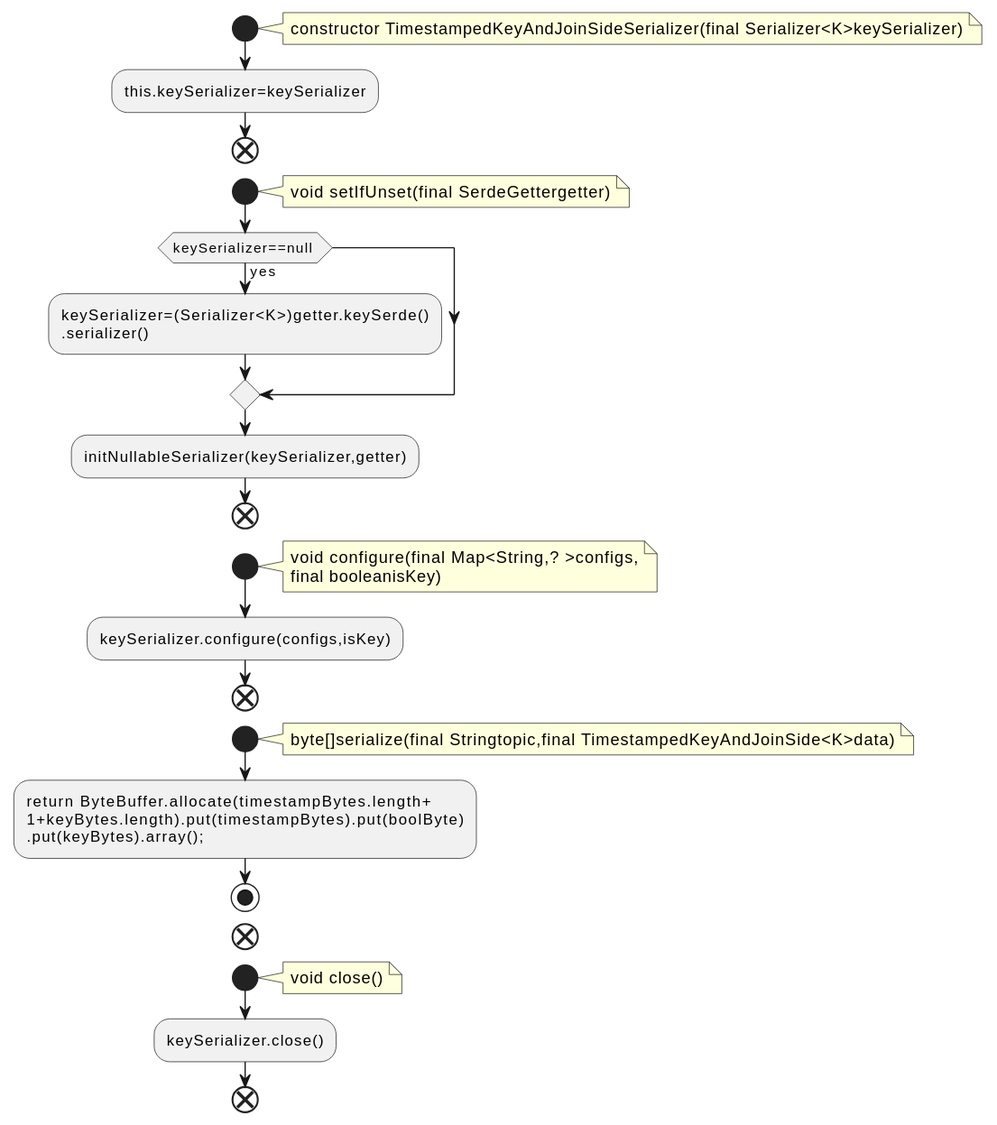
qualitesys/kafka keeps this PlantUML diagram as docs/qc/streams/src/main/java/org/apache/kafka/streams/state/internals/TimestampedKeyAndJoinSideSerializer.java.fct.svg. Above is the earlier version.
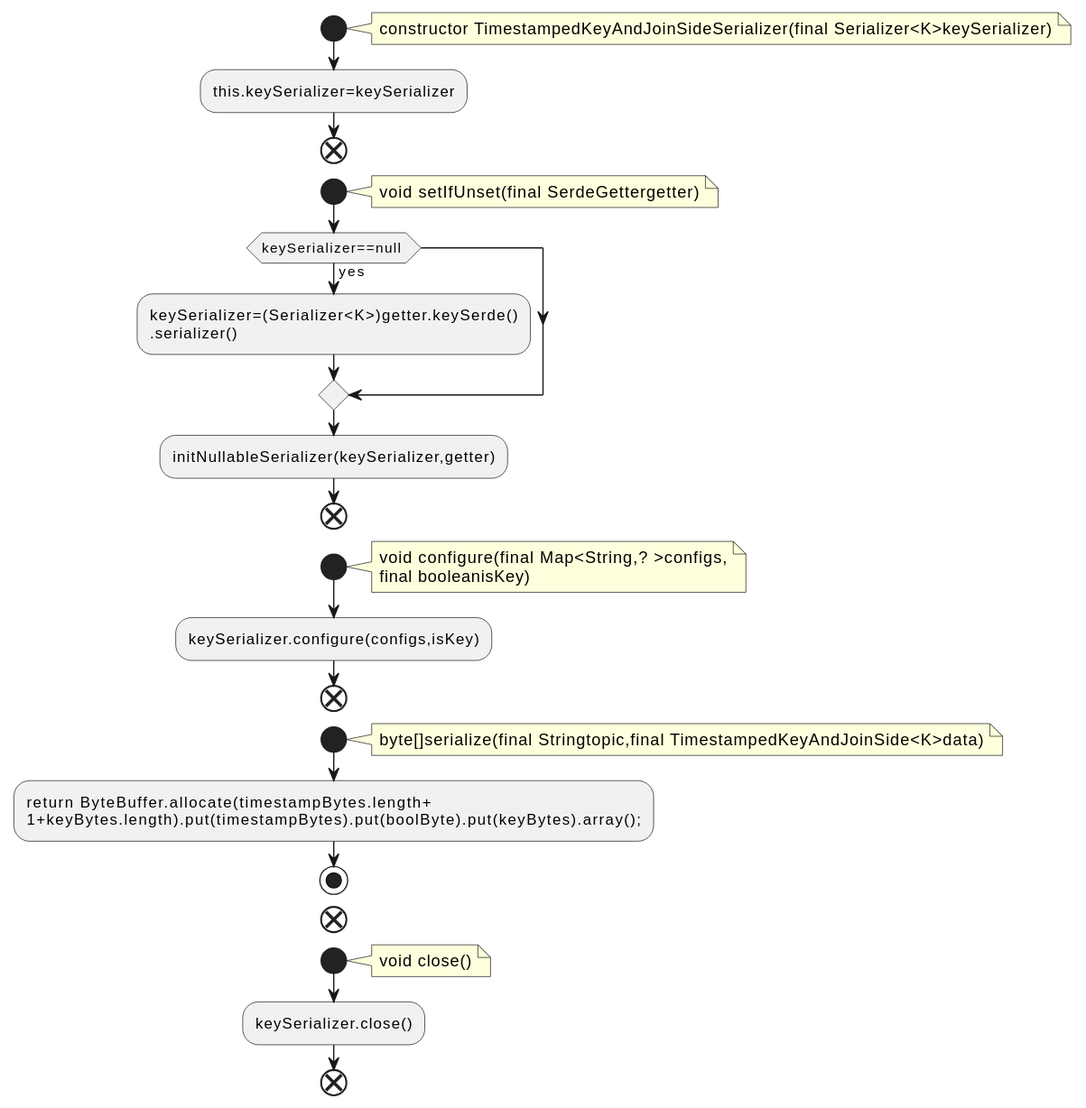
The same diagram one commit later.

Diff of the diagram source:
```diff
@@ -28,8 +28,7 @@
 byte[]serialize(final Stringtopic,final TimestampedKeyAndJoinSide<K>data)
 end note
 :return ByteBuffer.allocate(timestampBytes.length+
-1+keyBytes.length).put(timestampBytes).put(boolByte)
-.put(keyBytes).array();;
+1+keyBytes.length).put(timestampBytes).put(boolByte).put(keyBytes).array();;
 stop
 end
 start
```
